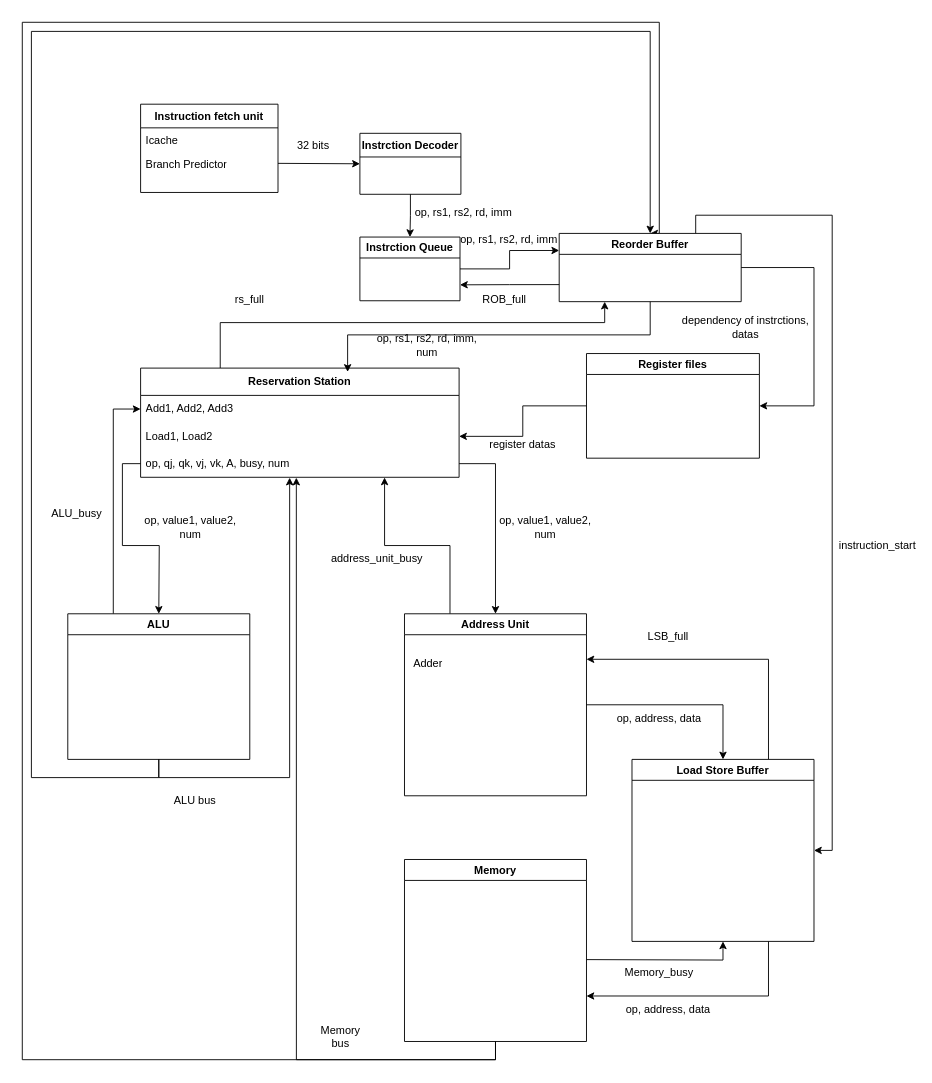
Before: CPU.drawio in Seven-Streams/Viola, a draw.io diagram. Source tidied: cells renumbered, new cells numbered last; positions are measured from the earlier drawing's top-left corner, leaving out a move shared by most shapes. Both pictures are drawn from the tidied source at 91%, with x=0, y=0 at pixel (22, 22).
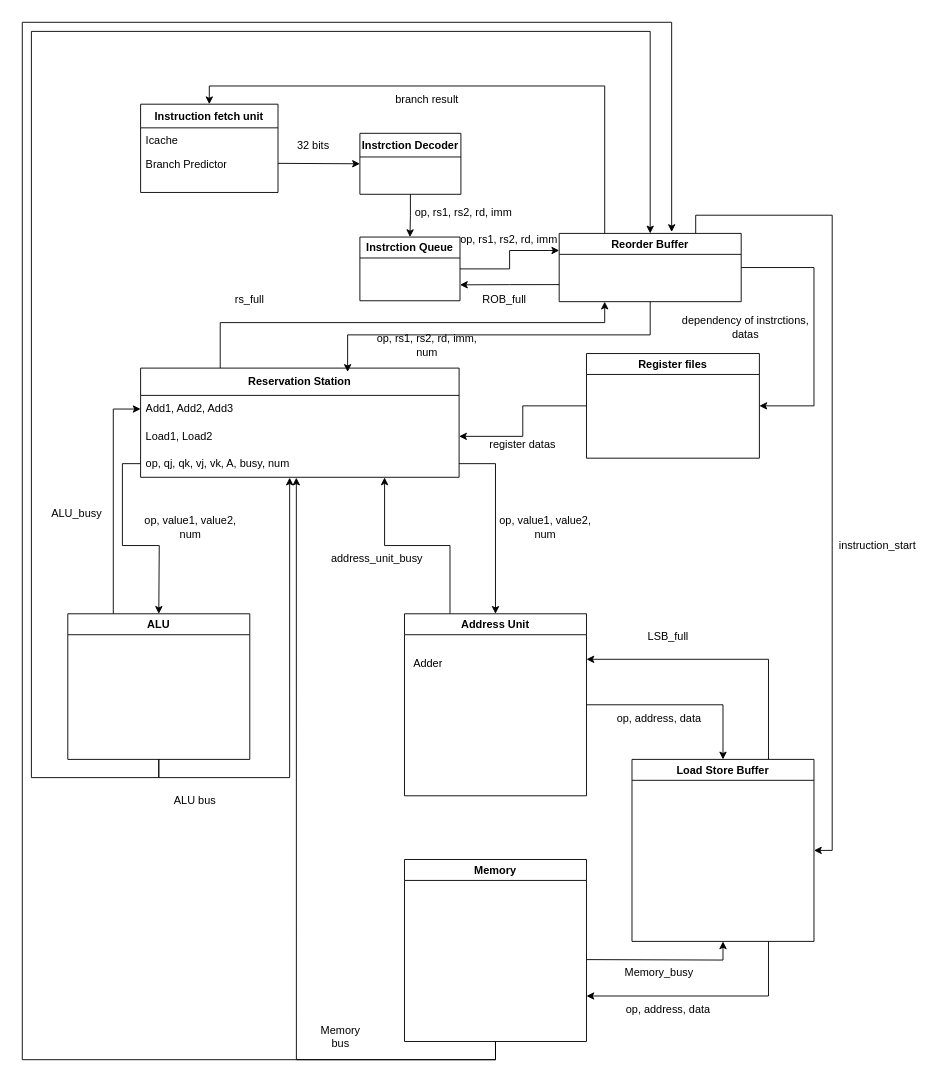
After the change.

Commit message:
fix:add a wire between ROB and IF.

The change refers to these unchanged cells:
```xml
<mxCell id="2" value="Instruction fetch unit" style="swimlane;fontStyle=1;align=center;verticalAlign=top;horizontal=1;startSize=26;rounded=0;shadow=0;strokeWidth=1;" parent="1" vertex="1">
  <mxGeometry x="130" y="90" width="151" height="97" as="geometry" />
</mxCell>
<mxCell id="38" value="Memory" style="swimlane;whiteSpace=wrap;html=1;" parent="1" vertex="1">
  <mxGeometry x="420" y="920" width="200" height="200" as="geometry" />
</mxCell>
<mxCell id="48" value="Reorder Buffer" style="swimlane;whiteSpace=wrap;html=1;" parent="1" vertex="1">
  <mxGeometry x="590" y="232" width="200" height="75" as="geometry" />
</mxCell>
```

The edit, as a diff of the source:
```diff
@@
-    <mxCell id="37" style="edgeStyle=orthogonalEdgeStyle;rounded=0;jettySize=auto;html=1;exitX=0.5;exitY=1;exitDx=0;exitDy=0;entryX=0.5;entryY=0;entryDx=0;entryDy=0;" parent="1" edge="1" source="38" target="48">
+    <mxCell id="37" style="edgeStyle=orthogonalEdgeStyle;rounded=0;jettySize=auto;html=1;exitX=0.5;exitY=1;exitDx=0;exitDy=0;entryX=0.618;entryY=-0.021;entryDx=0;entryDy=0;entryPerimeter=0;" parent="1" edge="1" source="38" target="48">
       <mxGeometry relative="1" as="geometry">
         <Array as="points">
           <mxPoint x="520" y="1140" />
           <mxPoint y="1140" />
           <mxPoint />
-          <mxPoint x="700" />
-          <mxPoint x="700" y="232" />
+          <mxPoint x="714" />
+          <mxPoint x="714" y="230" />
         </Array>
       </mxGeometry>
     </mxCell>
@@
+    <mxCell id="58" style="edgeStyle=orthogonalEdgeStyle;rounded=0;jettySize=auto;html=1;exitX=0.25;exitY=0;exitDx=0;exitDy=0;entryX=0.5;entryY=0;entryDx=0;entryDy=0;" parent="1" edge="1" source="48" target="2">
+      <mxGeometry relative="1" as="geometry" />
+    </mxCell>
@@
+    <mxCell id="59" value="branch result" style="text;html=1;align=center;verticalAlign=middle;whiteSpace=wrap;rounded=0;" parent="1" vertex="1">
+      <mxGeometry x="390" y="70" width="110" height="30" as="geometry" />
+    </mxCell>
```
